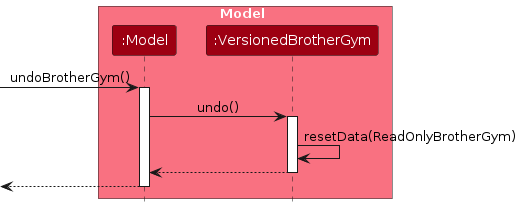
Above: diagrams/UndoSequenceDiagram-Model.png in AY2627S1-CS2103T-T11-4/tp (PlantUML), before the change. Its source is kept beside it as diagrams/UndoSequenceDiagram-Model.puml. Its diagram source:
```plantuml
@startuml
!include style.puml
skinparam ArrowFontStyle plain

box Model MODEL_COLOR_T1
participant ":Model" as Model MODEL_COLOR
participant ":VersionedBrotherGym" as VersionedBrotherGym MODEL_COLOR
end box

[-> Model : undoBrotherGym()
activate Model

Model -> VersionedBrotherGym : undo()
activate VersionedBrotherGym

VersionedBrotherGym -> VersionedBrotherGym :resetData(ReadOnlyBrotherGym)
VersionedBrotherGym --> Model :
deactivate VersionedBrotherGym

[<-- Model
deactivate Model

@enduml
```
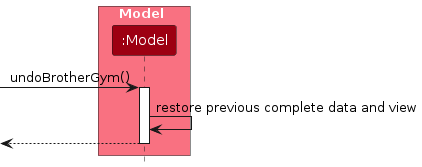
Above is the later version.

The edit, as a diff of the source:
```diff
@@ -4,18 +4,12 @@
 
 box Model MODEL_COLOR_T1
 participant ":Model" as Model MODEL_COLOR
-participant ":VersionedBrotherGym" as VersionedBrotherGym MODEL_COLOR
 end box
 
 [-> Model : undoBrotherGym()
 activate Model
 
-Model -> VersionedBrotherGym : undo()
-activate VersionedBrotherGym
-
-VersionedBrotherGym -> VersionedBrotherGym :resetData(ReadOnlyBrotherGym)
-VersionedBrotherGym --> Model :
-deactivate VersionedBrotherGym
+Model -> Model : restore previous complete data and view
 
 [<-- Model
 deactivate Model
```
